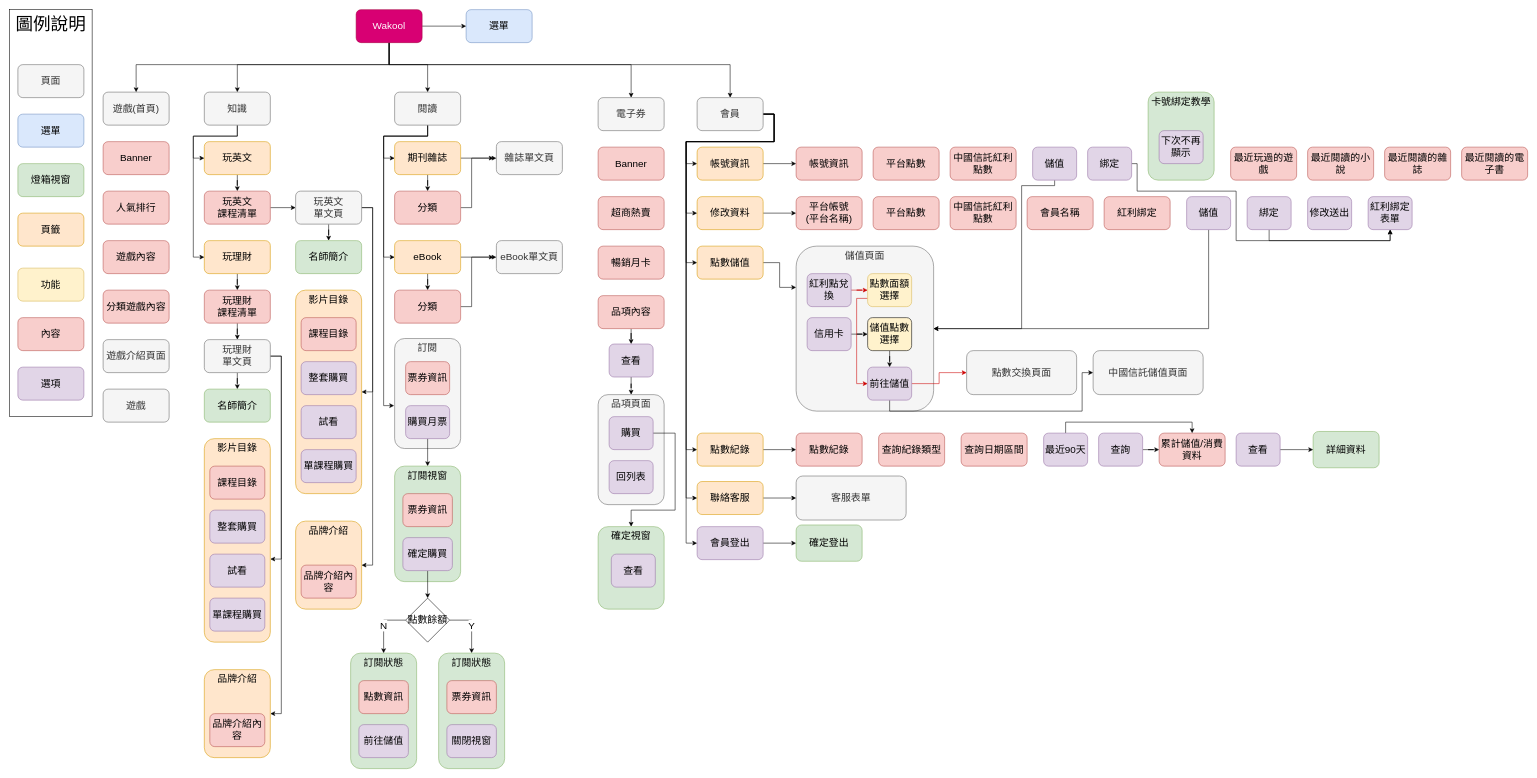
Before: page "sitemap-1117" (3 of 3) of 中信Wakool.drawio in Cadmus-design/Diagrams, a draw.io diagram. Source tidied: cells renumbered, new cells numbered last; positions are measured from the earlier drawing's top-left corner, leaving out a move shared by most shapes. Both pictures are drawn from the tidied source at 55%, with x=0, y=0 at pixel (9, 9).
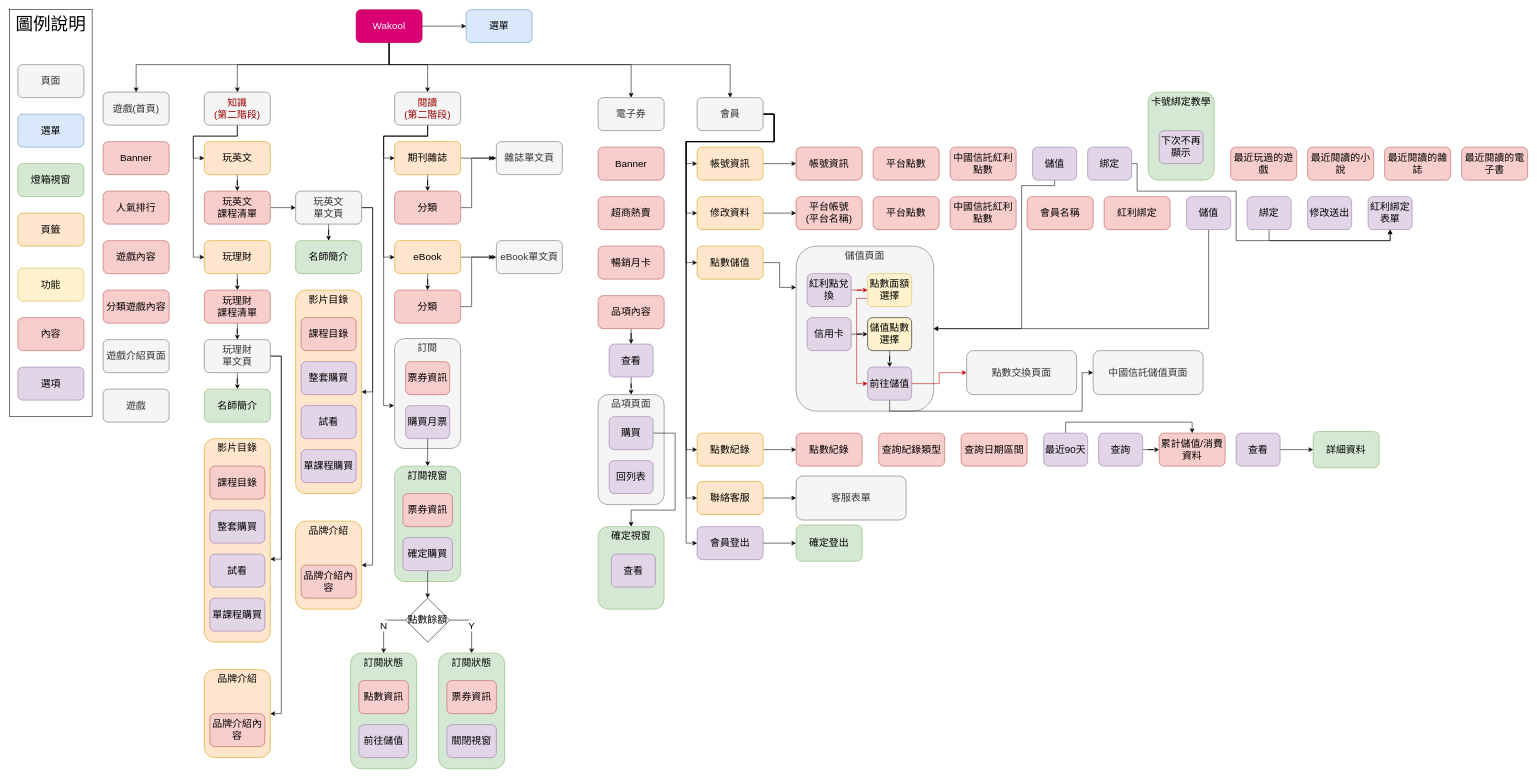
Above is the later version.

What changed in the source:
```diff
@@
-    <mxCell id="11" value="知識" style="rounded=1;whiteSpace=wrap;html=1;fillColor=#f5f5f5;strokeColor=#666666;fontSize=18;fontColor=#333333;" parent="1" vertex="1">
+    <mxCell id="11" value="&lt;div&gt;知識&lt;/div&gt;&lt;div&gt;(第二階段)&lt;/div&gt;" style="rounded=1;whiteSpace=wrap;html=1;fillColor=#f5f5f5;strokeColor=#666666;fontSize=18;fontColor=#990000;" parent="1" vertex="1">
       <mxGeometry x="354" y="150" width="120" height="60" as="geometry" />
     </mxCell>
@@
-    <mxCell id="15" value="閱讀" style="rounded=1;whiteSpace=wrap;html=1;fillColor=#f5f5f5;strokeColor=#666666;fontSize=18;fontColor=#333333;" parent="1" vertex="1">
+    <mxCell id="15" value="&lt;div&gt;閱讀&lt;/div&gt;&lt;div&gt;(第二階段)&lt;/div&gt;" style="rounded=1;whiteSpace=wrap;html=1;fillColor=#f5f5f5;strokeColor=#666666;fontSize=18;fontColor=#990000;" parent="1" vertex="1">
       <mxGeometry x="700" y="150" width="120" height="60" as="geometry" />
     </mxCell>
```
